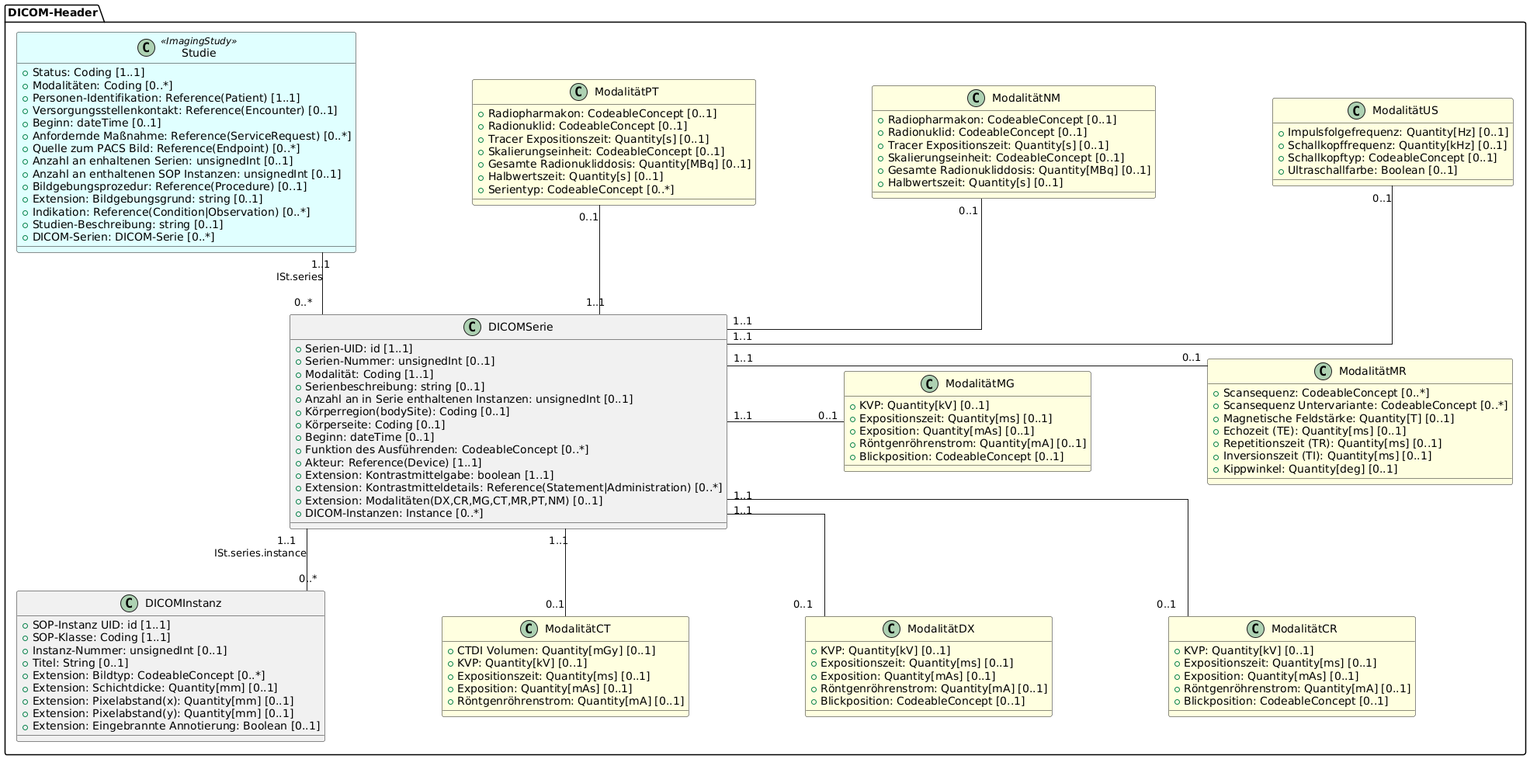
This is implementation-guides/ImplementationGuide-Common/images/UML_Metadaten.png from medizininformatik-initiative/kerndatensatz-bildgebung, a PlantUML export, as it was before one commit.
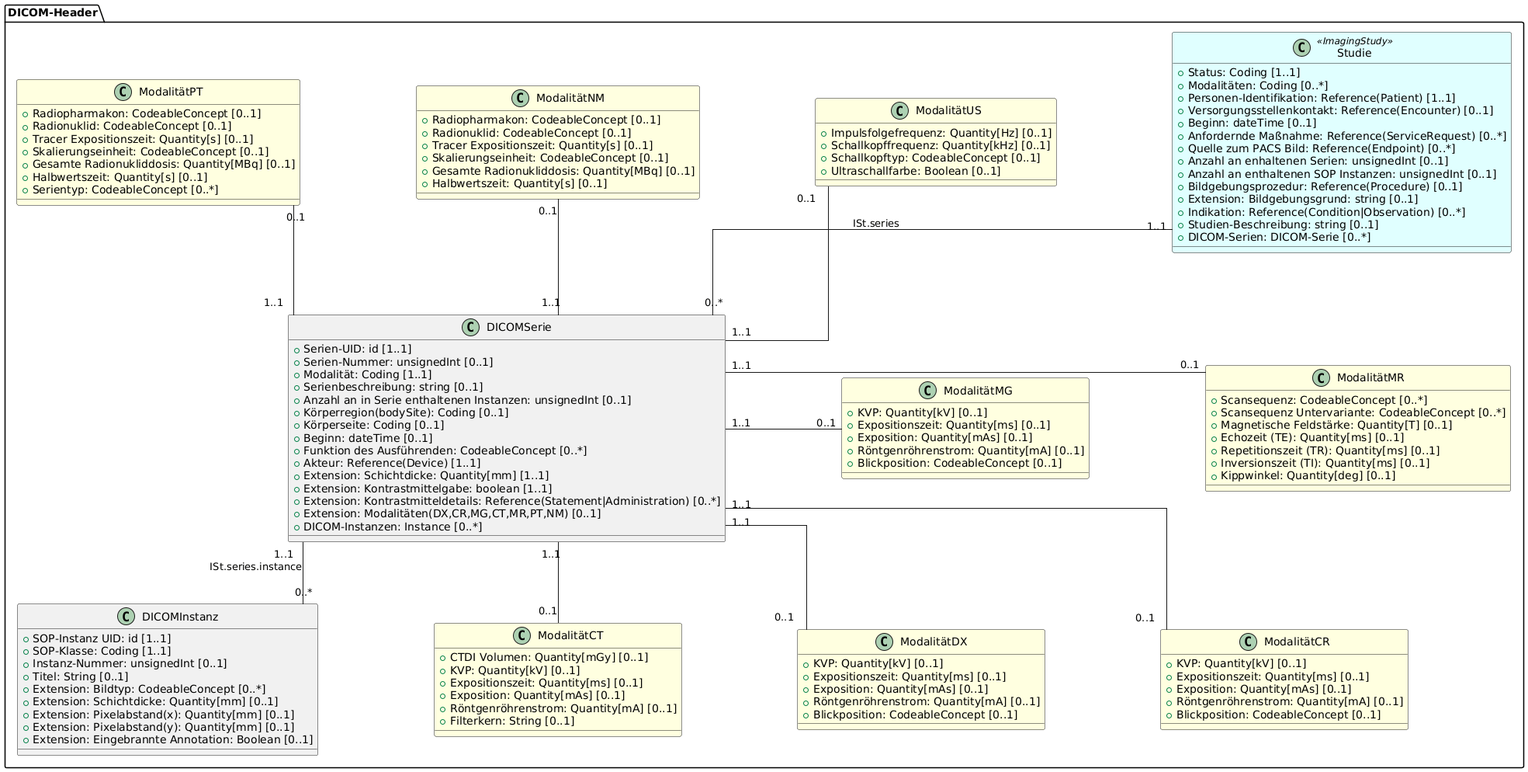
After the commit.

Diff of the diagram source:
```diff
@@ -33,6 +33,7 @@
   + Beginn: dateTime [0..1]
   + Funktion des Ausführenden: CodeableConcept [0..*]
   + {field} Akteur: Reference(Device) [1..1]
+  + Extension: Schichtdicke: Quantity[mm] [1..1]
   + Extension: Kontrastmittelgabe: boolean [1..1]
   + {field} Extension: Kontrastmitteldetails: Reference(Statement|Administration) [0..*]
   + {field} Extension: Modalitäten(DX,CR,MG,CT,MR,PT,NM) [0..1]
@@ -48,7 +49,7 @@
   + Extension: Schichtdicke: Quantity[mm] [0..1]
   + {field} Extension: Pixelabstand(x): Quantity[mm] [0..1]
   + {field} Extension: Pixelabstand(y): Quantity[mm] [0..1]
-  + Extension: Eingebrannte Annotierung: Boolean [0..1]
+  + Extension: Eingebrannte Annotation: Boolean [0..1]
   }
 
   class ModalitätMR #LightYellow {
@@ -67,6 +68,7 @@
   + Expositionszeit: Quantity[ms] [0..1]
   + Exposition: Quantity[mAs] [0..1]
   + Röntgenröhrenstrom: Quantity[mA] [0..1]
+  + Filterkern: String [0..1]
   }
 
   class ModalitätDX #LightYellow {
```
